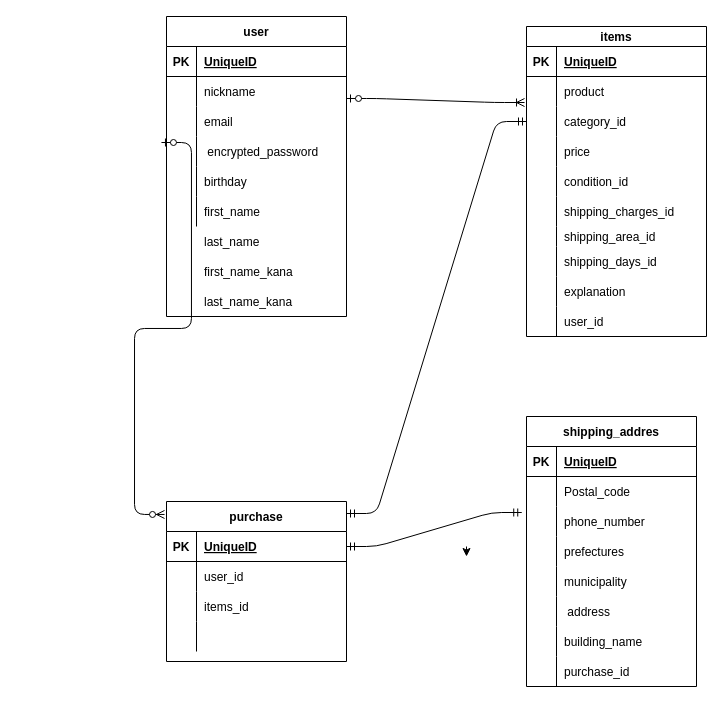
nakayamagenta/furima-35055 keeps this draw.io diagram as test.dio. Above is the earlier version. Source tidied: cells renumbered, new cells numbered last; positions are measured from the earlier drawing's top-left corner, leaving out a move shared by most shapes. Both pictures are drawn from the tidied source at 100%, with x=0, y=0 at pixel (16, 16).
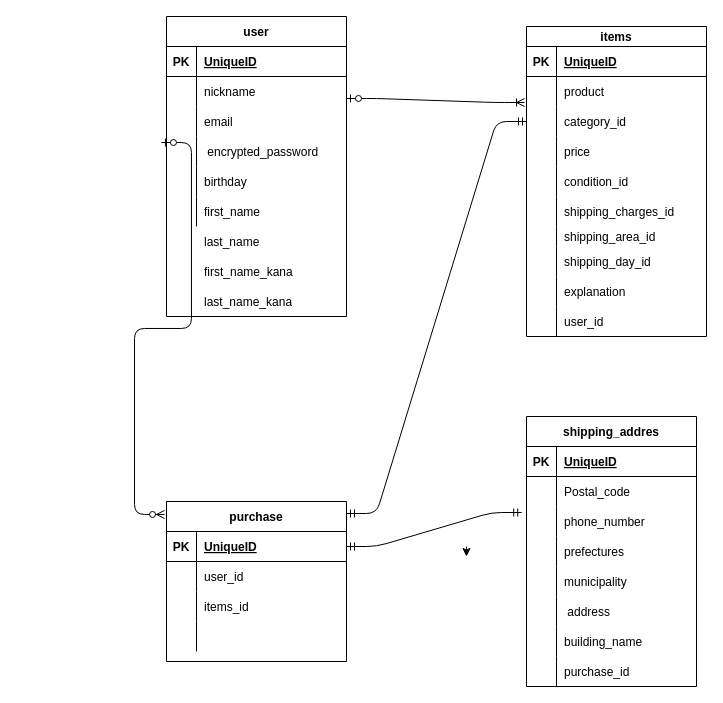
After the change.

Commit message (it also covers changes not shown here):
データベース設計　修正６

Unchanged cells that the change refers to:
```xml
<mxCell id="24" style="shape=partialRectangle;fillColor=none;top=0;left=0;bottom=0;right=0;" parent="2" vertex="1">
  <mxGeometry y="220" width="180" height="30" as="geometry" />
</mxCell>
```

The edit, as a diff of the source:
```diff
@@
-    <mxCell id="26" value="shipping_days_id" style="shape=partialRectangle;fillColor=none;top=0;left=0;bottom=0;right=0;align=left;spacingLeft=6;overflow=hidden;" parent="24" vertex="1">
+    <mxCell id="26" value="shipping_day_id" style="shape=partialRectangle;fillColor=none;top=0;left=0;bottom=0;right=0;align=left;spacingLeft=6;overflow=hidden;" parent="24" vertex="1">
       <mxGeometry x="30" width="150" height="30" as="geometry" />
     </mxCell>
```
